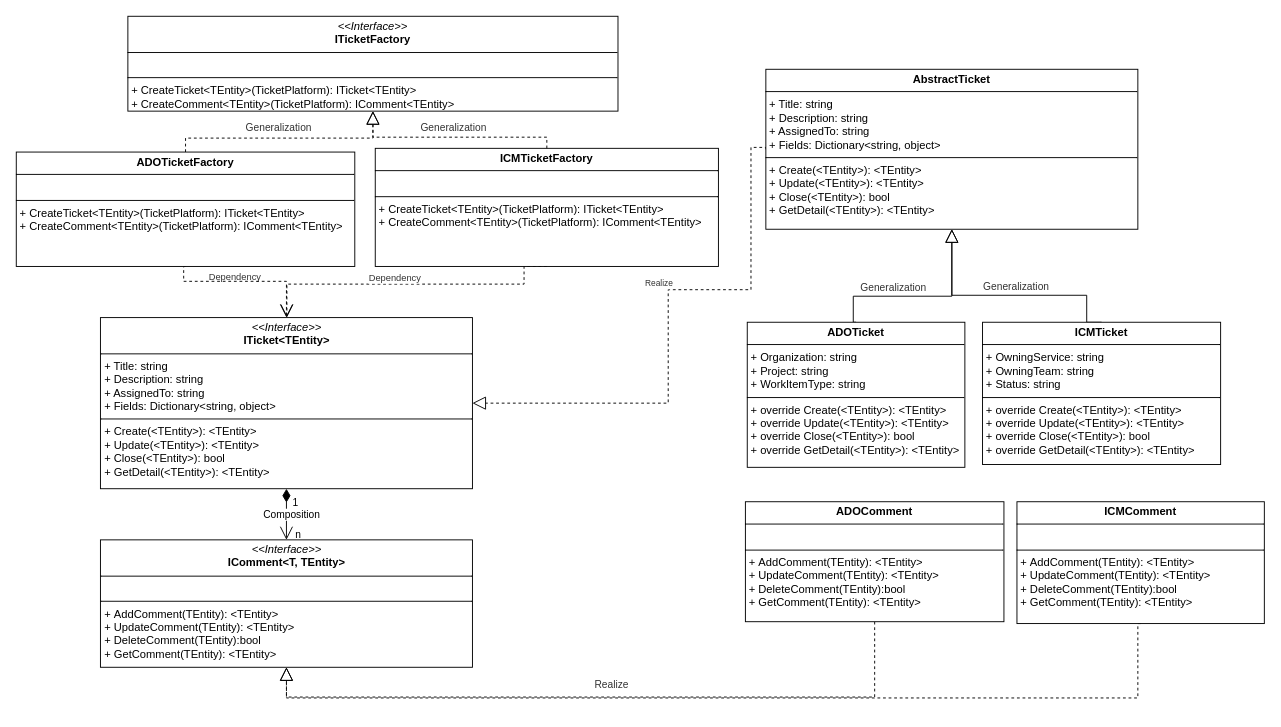
hy986/Repo_0110 keeps this draw.io diagram as page "Page-10" (10 of 11) of 2.drawio. Above is the earlier version. Source tidied: cells renumbered, new cells numbered last; positions are measured from the earlier drawing's top-left corner, leaving out a move shared by most shapes. Both pictures are drawn from the tidied source at 93%, with x=0, y=0 at pixel (16, 16).
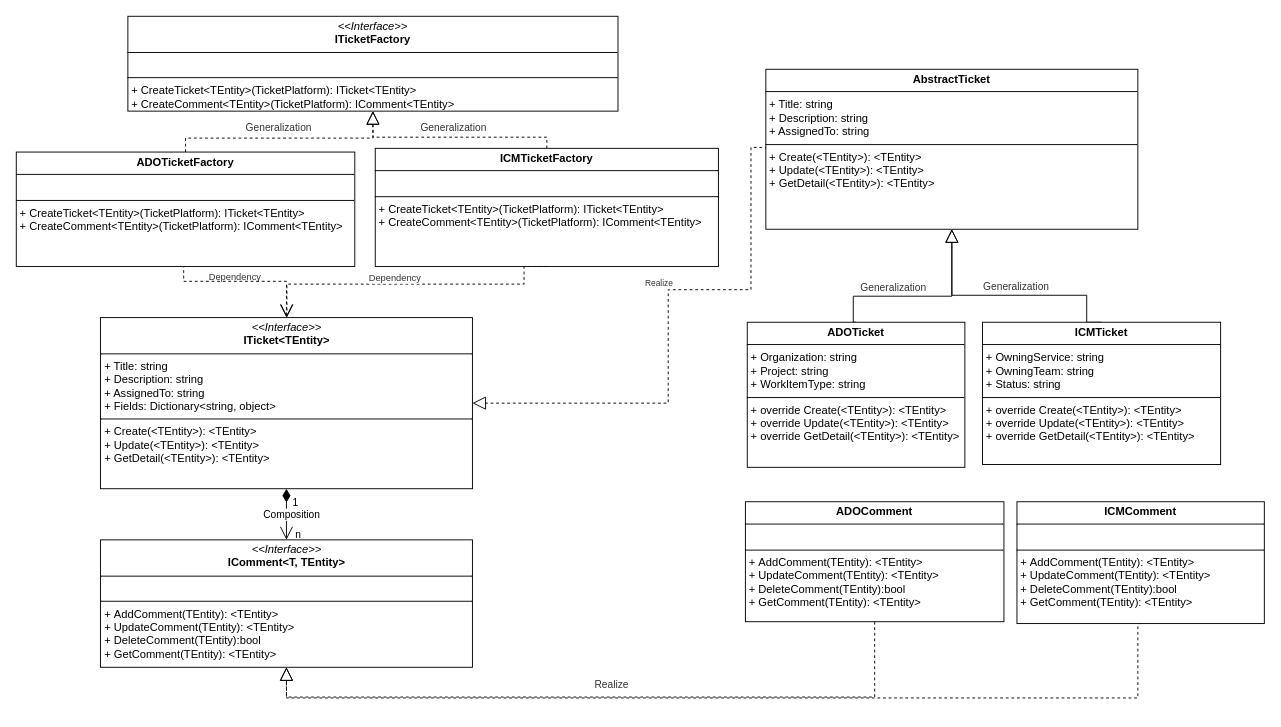
The same diagram, later.

The edit, as a diff of the source:
```diff
@@
-    <mxCell id="6" value="&lt;p style=&quot;margin:0px;margin-top:4px;text-align:center;&quot;&gt;&lt;i&gt;&amp;lt;&amp;lt;Interface&amp;gt;&amp;gt;&lt;/i&gt;&lt;br&gt;&lt;b&gt;ITicket&amp;lt;TEntity&amp;gt;&lt;/b&gt;&lt;/p&gt;&lt;hr size=&quot;1&quot; style=&quot;border-style:solid;&quot;&gt;&lt;p style=&quot;margin:0px;margin-left:4px;&quot;&gt;+ Title: string&lt;br&gt;+ Description: string&lt;/p&gt;&lt;p style=&quot;margin:0px;margin-left:4px;&quot;&gt;+ AssignedTo: string&lt;br&gt;&lt;/p&gt;&lt;p style=&quot;margin:0px;margin-left:4px;&quot;&gt;+ Fields: Dictionary&amp;lt;string, object&amp;gt;&lt;/p&gt;&lt;hr size=&quot;1&quot; style=&quot;border-style:solid;&quot;&gt;&lt;p style=&quot;margin:0px;margin-left:4px;&quot;&gt;+ Create(&amp;lt;&lt;span style=&quot;text-align: center;&quot;&gt;TEntity&lt;/span&gt;&amp;gt;&lt;span style=&quot;background-color: initial;&quot;&gt;): &amp;lt;&lt;/span&gt;&lt;span style=&quot;text-align: center;&quot;&gt;TEntity&lt;/span&gt;&lt;span style=&quot;background-color: initial;&quot;&gt;&amp;gt;&lt;/span&gt;&lt;/p&gt;&lt;p style=&quot;margin:0px;margin-left:4px;&quot;&gt;+ Update(&amp;lt;&lt;span style=&quot;text-align: center;&quot;&gt;TEntity&lt;/span&gt;&amp;gt;):&amp;nbsp;&lt;span style=&quot;background-color: initial;&quot;&gt;&amp;lt;&lt;/span&gt;&lt;span style=&quot;text-align: center;&quot;&gt;TEntity&lt;/span&gt;&lt;span style=&quot;background-color: initial;&quot;&gt;&amp;gt;&lt;/span&gt;&lt;/p&gt;&lt;p style=&quot;margin:0px;margin-left:4px;&quot;&gt;+&amp;nbsp;Close(&lt;span style=&quot;background-color: initial;&quot;&gt;&amp;lt;&lt;/span&gt;TEntity&lt;span style=&quot;background-color: initial;&quot;&gt;&amp;gt;&lt;/span&gt;&lt;span style=&quot;background-color: initial;&quot;&gt;): bool&lt;/span&gt;&lt;/p&gt;&lt;p style=&quot;margin:0px;margin-left:4px;&quot;&gt;+ GetDetail(&lt;span style=&quot;background-color: initial;&quot;&gt;&amp;lt;&lt;/span&gt;TEntity&lt;span style=&quot;background-color: initial;&quot;&gt;&amp;gt;&lt;/span&gt;&lt;span style=&quot;background-color: initial;&quot;&gt;): &amp;lt;&lt;/span&gt;&lt;span style=&quot;text-align: center;&quot;&gt;TEntity&lt;/span&gt;&lt;span style=&quot;background-color: initial;&quot;&gt;&amp;gt;&lt;/span&gt;&lt;/p&gt;" style="verticalAlign=top;align=left;overflow=fill;html=1;whiteSpace=wrap;" parent="1" vertex="1">
+    <mxCell id="6" value="&lt;p style=&quot;margin:0px;margin-top:4px;text-align:center;&quot;&gt;&lt;i&gt;&amp;lt;&amp;lt;Interface&amp;gt;&amp;gt;&lt;/i&gt;&lt;br&gt;&lt;b&gt;ITicket&amp;lt;TEntity&amp;gt;&lt;/b&gt;&lt;/p&gt;&lt;hr size=&quot;1&quot; style=&quot;border-style:solid;&quot;&gt;&lt;p style=&quot;margin:0px;margin-left:4px;&quot;&gt;+ Title: string&lt;br&gt;+ Description: string&lt;/p&gt;&lt;p style=&quot;margin:0px;margin-left:4px;&quot;&gt;+ AssignedTo: string&lt;br&gt;&lt;/p&gt;&lt;p style=&quot;margin:0px;margin-left:4px;&quot;&gt;+ Fields: Dictionary&amp;lt;string, object&amp;gt;&lt;/p&gt;&lt;hr size=&quot;1&quot; style=&quot;border-style:solid;&quot;&gt;&lt;p style=&quot;margin:0px;margin-left:4px;&quot;&gt;+ Create(&amp;lt;&lt;span style=&quot;text-align: center;&quot;&gt;TEntity&lt;/span&gt;&amp;gt;&lt;span style=&quot;background-color: initial;&quot;&gt;): &amp;lt;&lt;/span&gt;&lt;span style=&quot;text-align: center;&quot;&gt;TEntity&lt;/span&gt;&lt;span style=&quot;background-color: initial;&quot;&gt;&amp;gt;&lt;/span&gt;&lt;/p&gt;&lt;p style=&quot;margin:0px;margin-left:4px;&quot;&gt;+ Update(&amp;lt;&lt;span style=&quot;text-align: center;&quot;&gt;TEntity&lt;/span&gt;&amp;gt;):&amp;nbsp;&lt;span style=&quot;background-color: initial;&quot;&gt;&amp;lt;&lt;/span&gt;&lt;span style=&quot;text-align: center;&quot;&gt;TEntity&lt;/span&gt;&lt;span style=&quot;background-color: initial;&quot;&gt;&amp;gt;&lt;/span&gt;&lt;/p&gt;&lt;p style=&quot;margin:0px;margin-left:4px;&quot;&gt;+ GetDetail(&lt;span style=&quot;background-color: initial;&quot;&gt;&amp;lt;&lt;/span&gt;TEntity&lt;span style=&quot;background-color: initial;&quot;&gt;&amp;gt;&lt;/span&gt;&lt;span style=&quot;background-color: initial;&quot;&gt;): &amp;lt;&lt;/span&gt;&lt;span style=&quot;text-align: center;&quot;&gt;TEntity&lt;/span&gt;&lt;span style=&quot;background-color: initial;&quot;&gt;&amp;gt;&lt;/span&gt;&lt;/p&gt;" style="verticalAlign=top;align=left;overflow=fill;html=1;whiteSpace=wrap;" parent="1" vertex="1">
       <mxGeometry x="90.5" y="324" width="400" height="184" as="geometry" />
     </mxCell>
@@
-    <mxCell id="9" value="&lt;p style=&quot;margin:0px;margin-top:4px;text-align:center;&quot;&gt;&lt;b&gt;AbstractTicket&lt;/b&gt;&lt;/p&gt;&lt;hr size=&quot;1&quot; style=&quot;border-style:solid;&quot;&gt;&lt;p style=&quot;margin: 0px 0px 0px 4px;&quot;&gt;+ Title: string&lt;br&gt;+ Description: string&lt;/p&gt;&lt;p style=&quot;margin: 0px 0px 0px 4px;&quot;&gt;+ AssignedTo: string&lt;/p&gt;&lt;p style=&quot;margin: 0px 0px 0px 4px;&quot;&gt;+ Fields: Dictionary&amp;lt;string, object&amp;gt;&lt;/p&gt;&lt;hr size=&quot;1&quot; style=&quot;border-style:solid;&quot;&gt;&lt;p style=&quot;margin: 0px 0px 0px 4px;&quot;&gt;+ Create(&amp;lt;&lt;span style=&quot;text-align: center;&quot;&gt;TEntity&lt;/span&gt;&amp;gt;&lt;span style=&quot;background-color: initial;&quot;&gt;): &amp;lt;&lt;/span&gt;&lt;span style=&quot;text-align: center;&quot;&gt;TEntity&lt;/span&gt;&lt;span style=&quot;background-color: initial;&quot;&gt;&amp;gt;&lt;/span&gt;&lt;/p&gt;&lt;p style=&quot;margin: 0px 0px 0px 4px;&quot;&gt;+ Update(&amp;lt;&lt;span style=&quot;text-align: center;&quot;&gt;TEntity&lt;/span&gt;&amp;gt;):&amp;nbsp;&lt;span style=&quot;background-color: initial;&quot;&gt;&amp;lt;&lt;/span&gt;&lt;span style=&quot;text-align: center;&quot;&gt;TEntity&lt;/span&gt;&lt;span style=&quot;background-color: initial;&quot;&gt;&amp;gt;&lt;/span&gt;&lt;/p&gt;&lt;p style=&quot;margin: 0px 0px 0px 4px;&quot;&gt;+&amp;nbsp;Close(&lt;span style=&quot;background-color: initial;&quot;&gt;&amp;lt;&lt;/span&gt;TEntity&lt;span style=&quot;background-color: initial;&quot;&gt;&amp;gt;&lt;/span&gt;&lt;span style=&quot;background-color: initial;&quot;&gt;): bool&lt;/span&gt;&lt;/p&gt;&lt;p style=&quot;margin: 0px 0px 0px 4px;&quot;&gt;+ GetDetail(&lt;span style=&quot;background-color: initial;&quot;&gt;&amp;lt;&lt;/span&gt;TEntity&lt;span style=&quot;background-color: initial;&quot;&gt;&amp;gt;&lt;/span&gt;&lt;span style=&quot;background-color: initial;&quot;&gt;): &amp;lt;&lt;/span&gt;&lt;span style=&quot;text-align: center;&quot;&gt;TEntity&lt;/span&gt;&lt;span style=&quot;background-color: initial;&quot;&gt;&amp;gt;&lt;/span&gt;&lt;/p&gt;" style="verticalAlign=top;align=left;overflow=fill;html=1;whiteSpace=wrap;" parent="1" vertex="1">
+    <mxCell id="9" value="&lt;p style=&quot;margin:0px;margin-top:4px;text-align:center;&quot;&gt;&lt;b&gt;AbstractTicket&lt;/b&gt;&lt;/p&gt;&lt;hr size=&quot;1&quot; style=&quot;border-style:solid;&quot;&gt;&lt;p style=&quot;margin: 0px 0px 0px 4px;&quot;&gt;+ Title: string&lt;br&gt;+ Description: string&lt;/p&gt;&lt;p style=&quot;margin: 0px 0px 0px 4px;&quot;&gt;+ AssignedTo: string&lt;/p&gt;&lt;hr size=&quot;1&quot; style=&quot;border-style:solid;&quot;&gt;&lt;p style=&quot;margin: 0px 0px 0px 4px;&quot;&gt;+ Create(&amp;lt;&lt;span style=&quot;text-align: center;&quot;&gt;TEntity&lt;/span&gt;&amp;gt;&lt;span style=&quot;background-color: initial;&quot;&gt;): &amp;lt;&lt;/span&gt;&lt;span style=&quot;text-align: center;&quot;&gt;TEntity&lt;/span&gt;&lt;span style=&quot;background-color: initial;&quot;&gt;&amp;gt;&lt;/span&gt;&lt;/p&gt;&lt;p style=&quot;margin: 0px 0px 0px 4px;&quot;&gt;+ Update(&amp;lt;&lt;span style=&quot;text-align: center;&quot;&gt;TEntity&lt;/span&gt;&amp;gt;):&amp;nbsp;&lt;span style=&quot;background-color: initial;&quot;&gt;&amp;lt;&lt;/span&gt;&lt;span style=&quot;text-align: center;&quot;&gt;TEntity&lt;/span&gt;&lt;span style=&quot;background-color: initial;&quot;&gt;&amp;gt;&lt;/span&gt;&lt;/p&gt;&lt;p style=&quot;margin: 0px 0px 0px 4px;&quot;&gt;+ GetDetail(&lt;span style=&quot;background-color: initial;&quot;&gt;&amp;lt;&lt;/span&gt;TEntity&lt;span style=&quot;background-color: initial;&quot;&gt;&amp;gt;&lt;/span&gt;&lt;span style=&quot;background-color: initial;&quot;&gt;): &amp;lt;&lt;/span&gt;&lt;span style=&quot;text-align: center;&quot;&gt;TEntity&lt;/span&gt;&lt;span style=&quot;background-color: initial;&quot;&gt;&amp;gt;&lt;/span&gt;&lt;/p&gt;" style="verticalAlign=top;align=left;overflow=fill;html=1;whiteSpace=wrap;" parent="1" vertex="1">
       <mxGeometry x="806" y="57" width="400" height="172" as="geometry" />
     </mxCell>
@@
-    <mxCell id="12" value="&lt;p style=&quot;margin:0px;margin-top:4px;text-align:center;&quot;&gt;&lt;b&gt;ADOTicket&lt;/b&gt;&lt;/p&gt;&lt;hr size=&quot;1&quot; style=&quot;border-style:solid;&quot;&gt;&lt;p style=&quot;margin: 0px 0px 0px 4px;&quot;&gt;+ Organization: string&lt;/p&gt;&lt;p style=&quot;margin: 0px 0px 0px 4px;&quot;&gt;+ Project: string&lt;/p&gt;&lt;p style=&quot;margin: 0px 0px 0px 4px;&quot;&gt;+ WorkItemType: string&lt;/p&gt;&lt;hr size=&quot;1&quot; style=&quot;border-style:solid;&quot;&gt;&lt;p style=&quot;margin: 0px 0px 0px 4px;&quot;&gt;+ override Create(&amp;lt;&lt;span style=&quot;text-align: center;&quot;&gt;TEntity&lt;/span&gt;&amp;gt;&lt;span style=&quot;background-color: initial;&quot;&gt;): &amp;lt;&lt;/span&gt;&lt;span style=&quot;text-align: center;&quot;&gt;TEntity&lt;/span&gt;&lt;span style=&quot;background-color: initial;&quot;&gt;&amp;gt;&lt;/span&gt;&lt;/p&gt;&lt;p style=&quot;margin: 0px 0px 0px 4px;&quot;&gt;+ override Update(&amp;lt;&lt;span style=&quot;text-align: center;&quot;&gt;TEntity&lt;/span&gt;&amp;gt;):&amp;nbsp;&lt;span style=&quot;background-color: initial;&quot;&gt;&amp;lt;&lt;/span&gt;&lt;span style=&quot;text-align: center;&quot;&gt;TEntity&lt;/span&gt;&lt;span style=&quot;background-color: initial;&quot;&gt;&amp;gt;&lt;/span&gt;&lt;/p&gt;&lt;p style=&quot;margin: 0px 0px 0px 4px;&quot;&gt;+&amp;nbsp;override Close(&lt;span style=&quot;background-color: initial;&quot;&gt;&amp;lt;&lt;/span&gt;TEntity&lt;span style=&quot;background-color: initial;&quot;&gt;&amp;gt;&lt;/span&gt;&lt;span style=&quot;background-color: initial;&quot;&gt;): bool&lt;/span&gt;&lt;/p&gt;&lt;p style=&quot;margin: 0px 0px 0px 4px;&quot;&gt;+ override GetDetail(&lt;span style=&quot;background-color: initial;&quot;&gt;&amp;lt;&lt;/span&gt;TEntity&lt;span style=&quot;background-color: initial;&quot;&gt;&amp;gt;&lt;/span&gt;&lt;span style=&quot;background-color: initial;&quot;&gt;): &amp;lt;&lt;/span&gt;&lt;span style=&quot;text-align: center;&quot;&gt;TEntity&lt;/span&gt;&lt;span style=&quot;background-color: initial;&quot;&gt;&amp;gt;&lt;/span&gt;&lt;/p&gt;" style="verticalAlign=top;align=left;overflow=fill;html=1;whiteSpace=wrap;" parent="1" vertex="1">
+    <mxCell id="12" value="&lt;p style=&quot;margin:0px;margin-top:4px;text-align:center;&quot;&gt;&lt;b&gt;ADOTicket&lt;/b&gt;&lt;/p&gt;&lt;hr size=&quot;1&quot; style=&quot;border-style:solid;&quot;&gt;&lt;p style=&quot;margin: 0px 0px 0px 4px;&quot;&gt;+ Organization: string&lt;/p&gt;&lt;p style=&quot;margin: 0px 0px 0px 4px;&quot;&gt;+ Project: string&lt;/p&gt;&lt;p style=&quot;margin: 0px 0px 0px 4px;&quot;&gt;+ WorkItemType: string&lt;/p&gt;&lt;hr size=&quot;1&quot; style=&quot;border-style:solid;&quot;&gt;&lt;p style=&quot;margin: 0px 0px 0px 4px;&quot;&gt;+ override Create(&amp;lt;&lt;span style=&quot;text-align: center;&quot;&gt;TEntity&lt;/span&gt;&amp;gt;&lt;span style=&quot;background-color: initial;&quot;&gt;): &amp;lt;&lt;/span&gt;&lt;span style=&quot;text-align: center;&quot;&gt;TEntity&lt;/span&gt;&lt;span style=&quot;background-color: initial;&quot;&gt;&amp;gt;&lt;/span&gt;&lt;/p&gt;&lt;p style=&quot;margin: 0px 0px 0px 4px;&quot;&gt;+ override Update(&amp;lt;&lt;span style=&quot;text-align: center;&quot;&gt;TEntity&lt;/span&gt;&amp;gt;):&amp;nbsp;&lt;span style=&quot;background-color: initial;&quot;&gt;&amp;lt;&lt;/span&gt;&lt;span style=&quot;text-align: center;&quot;&gt;TEntity&lt;/span&gt;&lt;span style=&quot;background-color: initial;&quot;&gt;&amp;gt;&lt;/span&gt;&lt;/p&gt;&lt;p style=&quot;margin: 0px 0px 0px 4px;&quot;&gt;+ override GetDetail(&lt;span style=&quot;background-color: initial;&quot;&gt;&amp;lt;&lt;/span&gt;TEntity&lt;span style=&quot;background-color: initial;&quot;&gt;&amp;gt;&lt;/span&gt;&lt;span style=&quot;background-color: initial;&quot;&gt;): &amp;lt;&lt;/span&gt;&lt;span style=&quot;text-align: center;&quot;&gt;TEntity&lt;/span&gt;&lt;span style=&quot;background-color: initial;&quot;&gt;&amp;gt;&lt;/span&gt;&lt;/p&gt;" style="verticalAlign=top;align=left;overflow=fill;html=1;whiteSpace=wrap;" parent="1" vertex="1">
       <mxGeometry x="786" y="329" width="234" height="156" as="geometry" />
     </mxCell>
@@
-    <mxCell id="16" value="&lt;p style=&quot;margin:0px;margin-top:4px;text-align:center;&quot;&gt;&lt;b&gt;ICMTicket&lt;/b&gt;&lt;/p&gt;&lt;hr size=&quot;1&quot; style=&quot;border-style:solid;&quot;&gt;&lt;p style=&quot;margin: 0px 0px 0px 4px;&quot;&gt;&lt;span style=&quot;background-color: initial;&quot;&gt;+&amp;nbsp;&lt;/span&gt;OwningService:&amp;nbsp;&lt;span style=&quot;background-color: initial;&quot;&gt;string&lt;/span&gt;&lt;/p&gt;&lt;p style=&quot;margin: 0px 0px 0px 4px;&quot;&gt;+ OwningTeam:&amp;nbsp;&lt;span style=&quot;background-color: initial;&quot;&gt;string&lt;/span&gt;&lt;/p&gt;&lt;p style=&quot;margin: 0px 0px 0px 4px;&quot;&gt;+ Status: string&lt;/p&gt;&lt;hr size=&quot;1&quot; style=&quot;border-style:solid;&quot;&gt;&lt;p style=&quot;margin: 0px 0px 0px 4px;&quot;&gt;+ override Create(&amp;lt;&lt;span style=&quot;text-align: center;&quot;&gt;TEntity&lt;/span&gt;&amp;gt;&lt;span style=&quot;background-color: initial;&quot;&gt;): &amp;lt;&lt;/span&gt;&lt;span style=&quot;text-align: center;&quot;&gt;TEntity&lt;/span&gt;&lt;span style=&quot;background-color: initial;&quot;&gt;&amp;gt;&lt;/span&gt;&lt;/p&gt;&lt;p style=&quot;margin: 0px 0px 0px 4px;&quot;&gt;+ override Update(&amp;lt;&lt;span style=&quot;text-align: center;&quot;&gt;TEntity&lt;/span&gt;&amp;gt;):&amp;nbsp;&lt;span style=&quot;background-color: initial;&quot;&gt;&amp;lt;&lt;/span&gt;&lt;span style=&quot;text-align: center;&quot;&gt;TEntity&lt;/span&gt;&lt;span style=&quot;background-color: initial;&quot;&gt;&amp;gt;&lt;/span&gt;&lt;/p&gt;&lt;p style=&quot;margin: 0px 0px 0px 4px;&quot;&gt;+&amp;nbsp;override Close(&lt;span style=&quot;background-color: initial;&quot;&gt;&amp;lt;&lt;/span&gt;TEntity&lt;span style=&quot;background-color: initial;&quot;&gt;&amp;gt;&lt;/span&gt;&lt;span style=&quot;background-color: initial;&quot;&gt;): bool&lt;/span&gt;&lt;/p&gt;&lt;p style=&quot;margin: 0px 0px 0px 4px;&quot;&gt;+ override GetDetail(&lt;span style=&quot;background-color: initial;&quot;&gt;&amp;lt;&lt;/span&gt;TEntity&lt;span style=&quot;background-color: initial;&quot;&gt;&amp;gt;&lt;/span&gt;&lt;span style=&quot;background-color: initial;&quot;&gt;): &amp;lt;&lt;/span&gt;&lt;span style=&quot;text-align: center;&quot;&gt;TEntity&lt;/span&gt;&lt;span style=&quot;background-color: initial;&quot;&gt;&amp;gt;&lt;/span&gt;&lt;/p&gt;" style="verticalAlign=top;align=left;overflow=fill;html=1;whiteSpace=wrap;" parent="1" vertex="1">
+    <mxCell id="16" value="&lt;p style=&quot;margin:0px;margin-top:4px;text-align:center;&quot;&gt;&lt;b&gt;ICMTicket&lt;/b&gt;&lt;/p&gt;&lt;hr size=&quot;1&quot; style=&quot;border-style:solid;&quot;&gt;&lt;p style=&quot;margin: 0px 0px 0px 4px;&quot;&gt;&lt;span style=&quot;background-color: initial;&quot;&gt;+&amp;nbsp;&lt;/span&gt;OwningService:&amp;nbsp;&lt;span style=&quot;background-color: initial;&quot;&gt;string&lt;/span&gt;&lt;/p&gt;&lt;p style=&quot;margin: 0px 0px 0px 4px;&quot;&gt;+ OwningTeam:&amp;nbsp;&lt;span style=&quot;background-color: initial;&quot;&gt;string&lt;/span&gt;&lt;/p&gt;&lt;p style=&quot;margin: 0px 0px 0px 4px;&quot;&gt;+ Status: string&lt;/p&gt;&lt;hr size=&quot;1&quot; style=&quot;border-style:solid;&quot;&gt;&lt;p style=&quot;margin: 0px 0px 0px 4px;&quot;&gt;+ override Create(&amp;lt;&lt;span style=&quot;text-align: center;&quot;&gt;TEntity&lt;/span&gt;&amp;gt;&lt;span style=&quot;background-color: initial;&quot;&gt;): &amp;lt;&lt;/span&gt;&lt;span style=&quot;text-align: center;&quot;&gt;TEntity&lt;/span&gt;&lt;span style=&quot;background-color: initial;&quot;&gt;&amp;gt;&lt;/span&gt;&lt;/p&gt;&lt;p style=&quot;margin: 0px 0px 0px 4px;&quot;&gt;+ override Update(&amp;lt;&lt;span style=&quot;text-align: center;&quot;&gt;TEntity&lt;/span&gt;&amp;gt;):&amp;nbsp;&lt;span style=&quot;background-color: initial;&quot;&gt;&amp;lt;&lt;/span&gt;&lt;span style=&quot;text-align: center;&quot;&gt;TEntity&lt;/span&gt;&lt;span style=&quot;background-color: initial;&quot;&gt;&amp;gt;&lt;/span&gt;&lt;/p&gt;&lt;p style=&quot;margin: 0px 0px 0px 4px;&quot;&gt;+ override GetDetail(&lt;span style=&quot;background-color: initial;&quot;&gt;&amp;lt;&lt;/span&gt;TEntity&lt;span style=&quot;background-color: initial;&quot;&gt;&amp;gt;&lt;/span&gt;&lt;span style=&quot;background-color: initial;&quot;&gt;): &amp;lt;&lt;/span&gt;&lt;span style=&quot;text-align: center;&quot;&gt;TEntity&lt;/span&gt;&lt;span style=&quot;background-color: initial;&quot;&gt;&amp;gt;&lt;/span&gt;&lt;/p&gt;" style="verticalAlign=top;align=left;overflow=fill;html=1;whiteSpace=wrap;" parent="1" vertex="1">
       <mxGeometry x="1039" y="329" width="256" height="153" as="geometry" />
     </mxCell>
```
